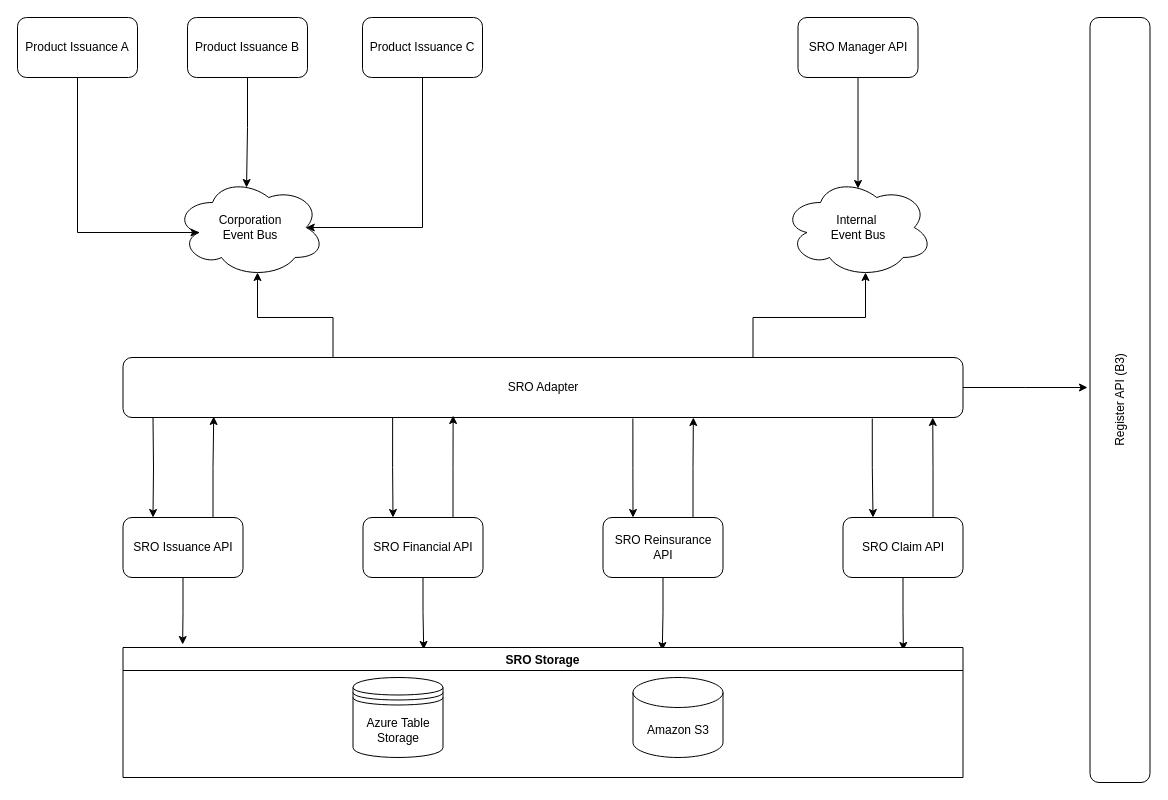
Earlier version of the draw.io diagram SRO_Context.drawio (GustavoAraujo26/SRO_Diagrams). Source tidied: cells renumbered, new cells numbered last; positions are measured from the earlier drawing's top-left corner, leaving out a move shared by most shapes. Both pictures are drawn from the tidied source at 100%, with x=0, y=0 at pixel (17, 17).
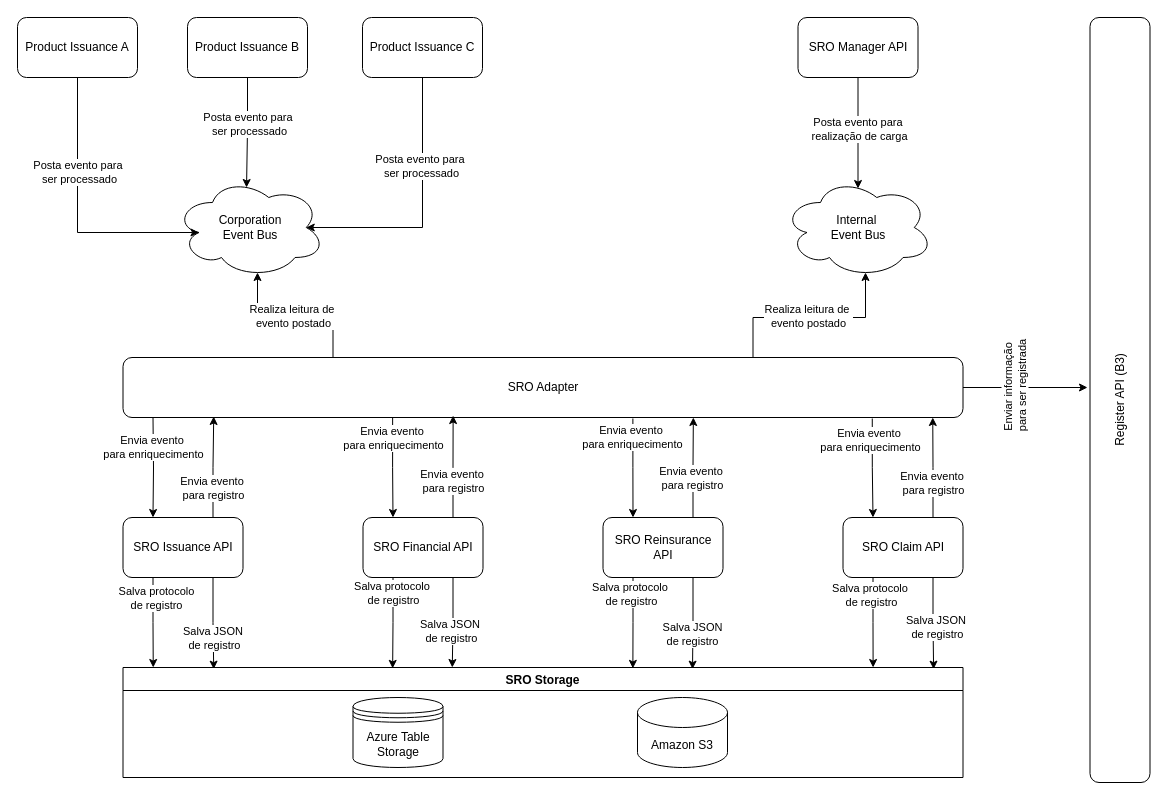
Above is the later version.

Commit message:
Add comments to arrows

Unchanged cells that the change refers to:
```xml
<mxCell id="4" style="edgeStyle=orthogonalEdgeStyle;rounded=0;jettySize=auto;html=1;exitX=0.25;exitY=0;exitDx=0;exitDy=0;entryX=0.55;entryY=0.95;entryDx=0;entryDy=0;entryPerimeter=0;" parent="1" edge="1" source="11" target="2">
  <mxGeometry relative="1" as="geometry" />
</mxCell>
<mxCell id="5" style="edgeStyle=orthogonalEdgeStyle;rounded=0;jettySize=auto;html=1;exitX=0.75;exitY=0;exitDx=0;exitDy=0;entryX=0.55;entryY=0.95;entryDx=0;entryDy=0;entryPerimeter=0;" parent="1" edge="1" source="11" target="3">
  <mxGeometry relative="1" as="geometry" />
</mxCell>
<mxCell id="6" style="edgeStyle=orthogonalEdgeStyle;rounded=0;jettySize=auto;html=1;entryX=0.25;entryY=0;entryDx=0;entryDy=0;" parent="1" edge="1" target="14">
  <mxGeometry relative="1" as="geometry">
    <mxPoint x="135.5" y="400" as="sourcePoint" />
  </mxGeometry>
</mxCell>
<mxCell id="7" style="edgeStyle=orthogonalEdgeStyle;rounded=0;jettySize=auto;html=1;entryX=0.25;entryY=0;entryDx=0;entryDy=0;exitX=0.321;exitY=0.983;exitDx=0;exitDy=0;exitPerimeter=0;" parent="1" edge="1" source="11" target="17">
  <mxGeometry relative="1" as="geometry" />
</mxCell>
<mxCell id="8" style="edgeStyle=orthogonalEdgeStyle;rounded=0;jettySize=auto;html=1;exitX=0.607;exitY=1.017;exitDx=0;exitDy=0;entryX=0.25;entryY=0;entryDx=0;entryDy=0;exitPerimeter=0;" parent="1" edge="1" source="11" target="20">
  <mxGeometry relative="1" as="geometry" />
</mxCell>
<mxCell id="9" style="edgeStyle=orthogonalEdgeStyle;rounded=0;jettySize=auto;html=1;exitX=0.892;exitY=1.017;exitDx=0;exitDy=0;entryX=0.25;entryY=0;entryDx=0;entryDy=0;exitPerimeter=0;" parent="1" edge="1" source="11" target="23">
  <mxGeometry relative="1" as="geometry" />
</mxCell>
<mxCell id="10" style="edgeStyle=orthogonalEdgeStyle;rounded=0;jettySize=auto;html=1;exitX=1;exitY=0.5;exitDx=0;exitDy=0;" parent="1" edge="1" source="11">
  <mxGeometry relative="1" as="geometry">
    <mxPoint x="1070" y="370" as="targetPoint" />
  </mxGeometry>
</mxCell>
<mxCell id="12" style="edgeStyle=orthogonalEdgeStyle;rounded=0;jettySize=auto;html=1;exitX=0.75;exitY=0;exitDx=0;exitDy=0;entryX=0.108;entryY=0.983;entryDx=0;entryDy=0;entryPerimeter=0;" parent="1" edge="1" source="14" target="11">
  <mxGeometry relative="1" as="geometry" />
</mxCell>
<mxCell id="14" value="SRO Issuance API" style="rounded=1;whiteSpace=wrap;html=1;" parent="1" vertex="1">
  <mxGeometry x="105.5" y="500" width="120" height="60" as="geometry" />
</mxCell>
<mxCell id="15" style="edgeStyle=orthogonalEdgeStyle;rounded=0;jettySize=auto;html=1;exitX=0.75;exitY=0;exitDx=0;exitDy=0;entryX=0.393;entryY=0.967;entryDx=0;entryDy=0;entryPerimeter=0;" parent="1" edge="1" source="17" target="11">
  <mxGeometry relative="1" as="geometry" />
</mxCell>
<mxCell id="17" value="SRO Financial API" style="rounded=1;whiteSpace=wrap;html=1;" parent="1" vertex="1">
  <mxGeometry x="345.5" y="500" width="120" height="60" as="geometry" />
</mxCell>
<mxCell id="18" style="edgeStyle=orthogonalEdgeStyle;rounded=0;jettySize=auto;html=1;exitX=0.75;exitY=0;exitDx=0;exitDy=0;entryX=0.679;entryY=1;entryDx=0;entryDy=0;entryPerimeter=0;" parent="1" edge="1" source="20" target="11">
  <mxGeometry relative="1" as="geometry" />
</mxCell>
<mxCell id="20" value="SRO Reinsurance API" style="rounded=1;whiteSpace=wrap;html=1;" parent="1" vertex="1">
  <mxGeometry x="585.5" y="500" width="120" height="60" as="geometry" />
</mxCell>
<mxCell id="21" style="edgeStyle=orthogonalEdgeStyle;rounded=0;jettySize=auto;html=1;exitX=0.75;exitY=0;exitDx=0;exitDy=0;entryX=0.964;entryY=1;entryDx=0;entryDy=0;entryPerimeter=0;" parent="1" edge="1" source="23" target="11">
  <mxGeometry relative="1" as="geometry" />
</mxCell>
<mxCell id="23" value="SRO Claim API" style="rounded=1;whiteSpace=wrap;html=1;" parent="1" vertex="1">
  <mxGeometry x="825.5" y="500" width="120" height="60" as="geometry" />
</mxCell>
<mxCell id="24" style="edgeStyle=orthogonalEdgeStyle;rounded=0;jettySize=auto;html=1;exitX=0.5;exitY=1;exitDx=0;exitDy=0;entryX=0.16;entryY=0.55;entryDx=0;entryDy=0;entryPerimeter=0;" parent="1" edge="1" source="25" target="2">
  <mxGeometry relative="1" as="geometry">
    <Array as="points">
      <mxPoint x="60" y="215" />
    </Array>
  </mxGeometry>
</mxCell>
<mxCell id="26" style="edgeStyle=orthogonalEdgeStyle;rounded=0;jettySize=auto;html=1;entryX=0.477;entryY=0.1;entryDx=0;entryDy=0;entryPerimeter=0;" parent="1" edge="1" source="27" target="2">
  <mxGeometry relative="1" as="geometry" />
</mxCell>
<mxCell id="28" style="edgeStyle=orthogonalEdgeStyle;rounded=0;jettySize=auto;html=1;exitX=0.5;exitY=1;exitDx=0;exitDy=0;entryX=0.875;entryY=0.5;entryDx=0;entryDy=0;entryPerimeter=0;" parent="1" edge="1" source="29" target="2">
  <mxGeometry relative="1" as="geometry">
    <Array as="points">
      <mxPoint x="405" y="210" />
    </Array>
  </mxGeometry>
</mxCell>
<mxCell id="30" style="edgeStyle=orthogonalEdgeStyle;rounded=0;jettySize=auto;html=1;entryX=0.5;entryY=0.11;entryDx=0;entryDy=0;entryPerimeter=0;" parent="1" edge="1" source="31" target="3">
  <mxGeometry relative="1" as="geometry" />
</mxCell>
```

The edit, as a diff of the source:
```diff
@@
+    <mxCell id="36" value="Realiza leitura de&amp;nbsp;&lt;br&gt;evento postado" style="edgeLabel;html=1;align=center;verticalAlign=middle;" parent="4" vertex="1">
+      <mxGeometry y="-2" relative="1" as="geometry" />
+    </mxCell>
@@
+    <mxCell id="37" value="Realiza leitura de&amp;nbsp;&lt;br&gt;evento postado" style="edgeLabel;html=1;align=center;verticalAlign=middle;" parent="5" vertex="1">
+      <mxGeometry x="-0.05" y="2" relative="1" as="geometry">
+        <mxPoint x="1" as="offset" />
+      </mxGeometry>
+    </mxCell>
@@
+    <mxCell id="38" value="Envia evento&amp;nbsp;&lt;br&gt;para enriquecimento" style="edgeLabel;html=1;align=center;verticalAlign=middle;" parent="6" vertex="1">
+      <mxGeometry x="-0.1" relative="1" as="geometry">
+        <mxPoint y="-15" as="offset" />
+      </mxGeometry>
+    </mxCell>
@@
+    <mxCell id="39" value="Envia evento&amp;nbsp;&lt;br&gt;para enriquecimento" style="edgeLabel;html=1;align=center;verticalAlign=middle;" parent="7" vertex="1">
+      <mxGeometry x="-0.57" relative="1" as="geometry" />
+    </mxCell>
@@
+    <mxCell id="40" value="Envia evento&amp;nbsp;&lt;br&gt;para enriquecimento" style="edgeLabel;html=1;align=center;verticalAlign=middle;" parent="8" vertex="1">
+      <mxGeometry x="-0.64" y="-1" relative="1" as="geometry" />
+    </mxCell>
@@
+    <mxCell id="41" value="Envia evento&amp;nbsp;&lt;br&gt;para enriquecimento" style="edgeLabel;html=1;align=center;verticalAlign=middle;" parent="9" vertex="1">
+      <mxGeometry x="-0.58" y="-2" relative="1" as="geometry" />
+    </mxCell>
@@
+    <mxCell id="42" value="Enviar informação&amp;nbsp;&lt;br&gt;para ser registrada" style="edgeLabel;html=1;align=center;verticalAlign=middle;rotation=-90;" parent="10" vertex="1">
+      <mxGeometry x="-0.19" y="1" relative="1" as="geometry" />
+    </mxCell>
@@
-    <mxCell id="13" style="edgeStyle=orthogonalEdgeStyle;rounded=0;jettySize=auto;html=1;entryX=0.071;entryY=-0.023;entryDx=0;entryDy=0;entryPerimeter=0;" parent="1" edge="1" source="14" target="32">
-      <mxGeometry relative="1" as="geometry" />
-    </mxCell>
+    <mxCell id="43" value="Envia evento&amp;nbsp;&lt;br&gt;para registro" style="edgeLabel;html=1;align=center;verticalAlign=middle;" parent="12" vertex="1">
+      <mxGeometry x="-0.41" y="1" relative="1" as="geometry">
+        <mxPoint x="1" as="offset" />
+      </mxGeometry>
+    </mxCell>
+    <mxCell id="44" style="edgeStyle=orthogonalEdgeStyle;rounded=0;jettySize=auto;html=1;exitX=0.25;exitY=1;exitDx=0;exitDy=0;entryX=0.036;entryY=0;entryDx=0;entryDy=0;entryPerimeter=0;" parent="1" edge="1" source="14" target="32">
+      <mxGeometry relative="1" as="geometry" />
+    </mxCell>
+    <mxCell id="45" value="Salva protocolo&lt;br&gt;de registro" style="edgeLabel;html=1;align=center;verticalAlign=middle;" parent="44" vertex="1">
+      <mxGeometry x="-0.17" y="3" relative="1" as="geometry">
+        <mxPoint y="-17" as="offset" />
+      </mxGeometry>
+    </mxCell>
+    <mxCell id="46" style="edgeStyle=orthogonalEdgeStyle;rounded=0;jettySize=auto;html=1;exitX=0.75;exitY=1;exitDx=0;exitDy=0;entryX=0.108;entryY=0.015;entryDx=0;entryDy=0;entryPerimeter=0;" parent="1" edge="1" source="14" target="32">
+      <mxGeometry relative="1" as="geometry" />
+    </mxCell>
+    <mxCell id="47" value="Salva JSON&amp;nbsp;&lt;br&gt;de registro" style="edgeLabel;html=1;align=center;verticalAlign=middle;" parent="46" vertex="1">
+      <mxGeometry x="0.12" relative="1" as="geometry">
+        <mxPoint y="9" as="offset" />
+      </mxGeometry>
+    </mxCell>
@@
-    <mxCell id="16" style="edgeStyle=orthogonalEdgeStyle;rounded=0;jettySize=auto;html=1;entryX=0.358;entryY=0.015;entryDx=0;entryDy=0;entryPerimeter=0;" parent="1" edge="1" source="17" target="32">
-      <mxGeometry relative="1" as="geometry" />
-    </mxCell>
+    <mxCell id="48" value="Envia evento&amp;nbsp;&lt;br&gt;para registro" style="edgeLabel;html=1;align=center;verticalAlign=middle;" parent="15" vertex="1">
+      <mxGeometry x="-0.26" y="1" relative="1" as="geometry">
+        <mxPoint x="1" y="1" as="offset" />
+      </mxGeometry>
+    </mxCell>
+    <mxCell id="49" style="edgeStyle=orthogonalEdgeStyle;rounded=0;jettySize=auto;html=1;exitX=0.25;exitY=1;exitDx=0;exitDy=0;entryX=0.321;entryY=0.008;entryDx=0;entryDy=0;entryPerimeter=0;" parent="1" edge="1" source="17" target="32">
+      <mxGeometry relative="1" as="geometry" />
+    </mxCell>
+    <mxCell id="50" value="Salva protocolo&amp;nbsp;&lt;br&gt;de registro" style="edgeLabel;html=1;align=center;verticalAlign=middle;" parent="49" vertex="1">
+      <mxGeometry x="-0.67" relative="1" as="geometry" />
+    </mxCell>
+    <mxCell id="51" style="edgeStyle=orthogonalEdgeStyle;rounded=0;jettySize=auto;html=1;exitX=0.75;exitY=1;exitDx=0;exitDy=0;entryX=0.392;entryY=0;entryDx=0;entryDy=0;entryPerimeter=0;" parent="1" edge="1" source="17" target="32">
+      <mxGeometry relative="1" as="geometry" />
+    </mxCell>
+    <mxCell id="52" value="Salva JSON&amp;nbsp;&lt;br&gt;de registro" style="edgeLabel;html=1;align=center;verticalAlign=middle;" parent="51" vertex="1">
+      <mxGeometry x="0.18" y="-1" relative="1" as="geometry" />
+    </mxCell>
@@
-    <mxCell id="19" style="edgeStyle=orthogonalEdgeStyle;rounded=0;jettySize=auto;html=1;entryX=0.642;entryY=0.023;entryDx=0;entryDy=0;entryPerimeter=0;" parent="1" edge="1" source="20" target="32">
-      <mxGeometry relative="1" as="geometry" />
-    </mxCell>
+    <mxCell id="53" value="Envia evento&amp;nbsp;&lt;br&gt;para registro" style="edgeLabel;html=1;align=center;verticalAlign=middle;" parent="18" vertex="1">
+      <mxGeometry x="-0.2" y="2" relative="1" as="geometry">
+        <mxPoint x="1" as="offset" />
+      </mxGeometry>
+    </mxCell>
+    <mxCell id="54" style="edgeStyle=orthogonalEdgeStyle;rounded=0;jettySize=auto;html=1;exitX=0.25;exitY=1;exitDx=0;exitDy=0;entryX=0.607;entryY=0.008;entryDx=0;entryDy=0;entryPerimeter=0;" parent="1" edge="1" source="20" target="32">
+      <mxGeometry relative="1" as="geometry" />
+    </mxCell>
+    <mxCell id="55" value="Salva protocolo&amp;nbsp;&lt;br&gt;de registro" style="edgeLabel;html=1;align=center;verticalAlign=middle;" parent="54" vertex="1">
+      <mxGeometry x="-0.65" y="-2" relative="1" as="geometry" />
+    </mxCell>
+    <mxCell id="56" style="edgeStyle=orthogonalEdgeStyle;rounded=0;jettySize=auto;html=1;exitX=0.75;exitY=1;exitDx=0;exitDy=0;entryX=0.678;entryY=0.015;entryDx=0;entryDy=0;entryPerimeter=0;" parent="1" edge="1" source="20" target="32">
+      <mxGeometry relative="1" as="geometry" />
+    </mxCell>
+    <mxCell id="57" value="Salva JSON &lt;br&gt;de registro" style="edgeLabel;html=1;align=center;verticalAlign=middle;" parent="56" vertex="1">
+      <mxGeometry x="0.25" y="-1" relative="1" as="geometry">
+        <mxPoint y="-1" as="offset" />
+      </mxGeometry>
+    </mxCell>
@@
-    <mxCell id="22" style="edgeStyle=orthogonalEdgeStyle;rounded=0;jettySize=auto;html=1;entryX=0.929;entryY=0.023;entryDx=0;entryDy=0;entryPerimeter=0;" parent="1" edge="1" source="23" target="32">
-      <mxGeometry relative="1" as="geometry" />
-    </mxCell>
+    <mxCell id="58" value="Envia evento&amp;nbsp;&lt;br&gt;para registro" style="edgeLabel;html=1;align=center;verticalAlign=middle;" parent="21" vertex="1">
+      <mxGeometry x="-0.3" y="1" relative="1" as="geometry">
+        <mxPoint x="1" as="offset" />
+      </mxGeometry>
+    </mxCell>
+    <mxCell id="59" style="edgeStyle=orthogonalEdgeStyle;rounded=0;jettySize=auto;html=1;exitX=0.75;exitY=1;exitDx=0;exitDy=0;entryX=0.965;entryY=0.015;entryDx=0;entryDy=0;entryPerimeter=0;" parent="1" edge="1" source="23" target="32">
+      <mxGeometry relative="1" as="geometry" />
+    </mxCell>
+    <mxCell id="60" value="Salva JSON&amp;nbsp;&lt;br&gt;de registro" style="edgeLabel;html=1;align=center;verticalAlign=middle;" parent="59" vertex="1">
+      <mxGeometry x="0.08" y="3" relative="1" as="geometry" />
+    </mxCell>
+    <mxCell id="61" style="edgeStyle=orthogonalEdgeStyle;rounded=0;jettySize=auto;html=1;exitX=0.25;exitY=1;exitDx=0;exitDy=0;entryX=0.893;entryY=0;entryDx=0;entryDy=0;entryPerimeter=0;" parent="1" edge="1" source="23" target="32">
+      <mxGeometry relative="1" as="geometry" />
+    </mxCell>
+    <mxCell id="62" value="Salva protocolo&amp;nbsp;&lt;br&gt;de registro" style="edgeLabel;html=1;align=center;verticalAlign=middle;" parent="61" vertex="1">
+      <mxGeometry x="-0.62" y="-2" relative="1" as="geometry" />
+    </mxCell>
@@
+    <mxCell id="63" value="Posta evento para&amp;nbsp;&lt;br&gt;ser processado" style="edgeLabel;html=1;align=center;verticalAlign=middle;" parent="24" vertex="1">
+      <mxGeometry x="-0.32" y="1" relative="1" as="geometry" />
+    </mxCell>
@@
+    <mxCell id="64" value="Posta evento para&amp;nbsp;&lt;br&gt;ser processado" style="edgeLabel;html=1;align=center;verticalAlign=middle;" parent="26" vertex="1">
+      <mxGeometry x="-0.17" y="1" relative="1" as="geometry" />
+    </mxCell>
@@
+    <mxCell id="65" value="Posta evento para&amp;nbsp;&lt;br&gt;ser processado" style="edgeLabel;html=1;align=center;verticalAlign=middle;" parent="28" vertex="1">
+      <mxGeometry x="-0.34" y="-2" relative="1" as="geometry" />
+    </mxCell>
@@
+    <mxCell id="66" value="Posta evento para&amp;nbsp;&lt;br&gt;realização de carga" style="edgeLabel;html=1;align=center;verticalAlign=middle;" parent="30" vertex="1">
+      <mxGeometry x="-0.08" y="1" relative="1" as="geometry" />
+    </mxCell>
@@
     <mxCell id="32" value="SRO Storage" style="swimlane;" parent="1" vertex="1">
-      <mxGeometry x="105.5" y="630" width="840" height="130" as="geometry" />
+      <mxGeometry x="105.5" y="650" width="840" height="110" as="geometry" />
     </mxCell>
     <mxCell id="33" value="Amazon S3" style="shape=cylinder3;whiteSpace=wrap;html=1;boundedLbl=1;backgroundOutline=1;size=15;" parent="32" vertex="1">
-      <mxGeometry x="510" y="30" width="90" height="80" as="geometry" />
+      <mxGeometry x="514.5" y="30" width="90" height="70" as="geometry" />
     </mxCell>
     <mxCell id="34" value="Azure Table Storage" style="shape=datastore;whiteSpace=wrap;html=1;" parent="32" vertex="1">
-      <mxGeometry x="230" y="30" width="90" height="80" as="geometry" />
+      <mxGeometry x="230" y="30" width="90" height="70" as="geometry" />
     </mxCell>
```
